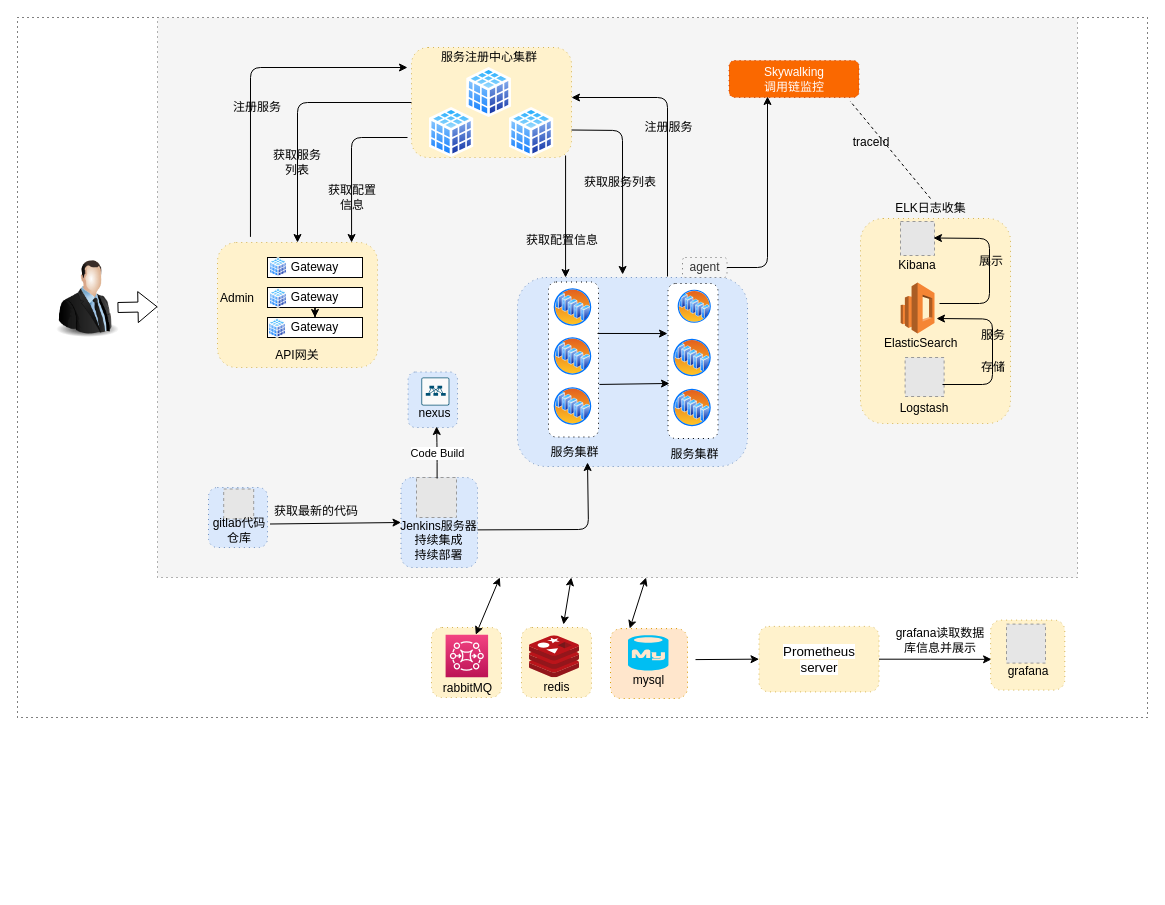
The draw.io diagram Untitled Diagram.drawio in sdf12355/cas, before the edit. Source tidied: cells renumbered, new cells numbered last; positions are measured from the earlier drawing's top-left corner, leaving out a move shared by most shapes. Both pictures are drawn from the tidied source at 100%, with x=0, y=0 at pixel (17, 17). Pictures stored in the file or linked from it are replaced by grey dashed boxes.
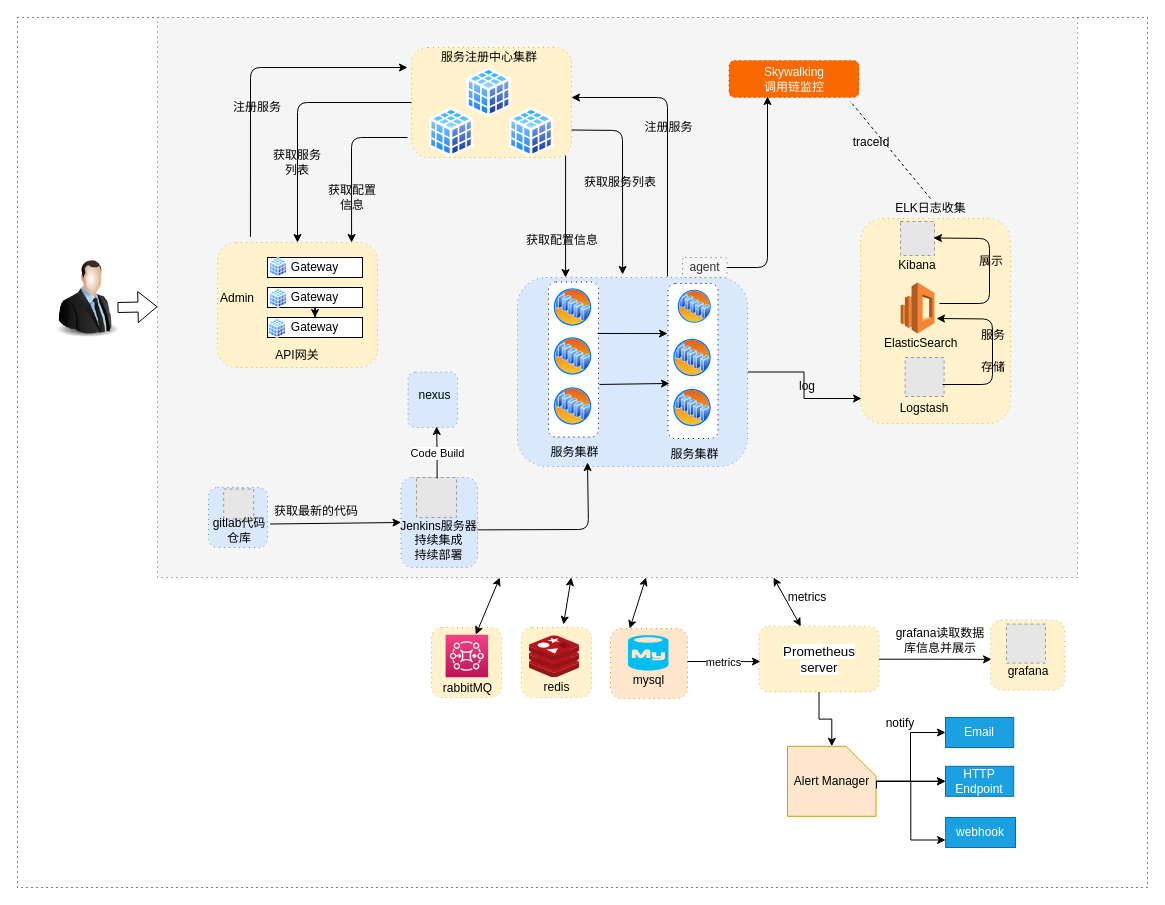
After the change.

Unchanged cells that the change refers to:
```xml
<mxCell id="3" style="shape=ext;rounded=1;html=1;whiteSpace=wrap;dashed=1;dashPattern=1 4;arcSize=0;fillColor=#f5f5f5;strokeColor=#666666;fontColor=#333333;" parent="1" vertex="1">
  <mxGeometry x="140" width="920" height="560" as="geometry" />
</mxCell>
<mxCell id="24" style="shape=ext;rounded=1;html=1;whiteSpace=wrap;dashed=1;dashPattern=1 4;fillColor=#fff2cc;strokeColor=#d6b656;" parent="1" vertex="1">
  <mxGeometry x="843" y="201" width="150" height="205" as="geometry" />
</mxCell>
<mxCell id="39" style="shape=ext;rounded=1;html=1;whiteSpace=wrap;dashed=1;dashPattern=1 4;fillColor=#dae8fc;strokeColor=#6c8ebf;" parent="1" vertex="1">
  <mxGeometry x="500" y="260" width="230" height="189" as="geometry" />
</mxCell>
<mxCell id="77" value="&lt;span style=&quot;font-family: &amp;#34;arial&amp;#34; ; font-size: 13.3333px ; text-align: left ; background-color: rgb(255 , 255 , 255)&quot;&gt;Prometheus&lt;br&gt;server&lt;br&gt;&lt;/span&gt;" style="shape=ext;rounded=1;html=1;whiteSpace=wrap;dashed=1;dashPattern=1 4;fillColor=#fff2cc;strokeColor=#d6b656;" parent="1" vertex="1">
  <mxGeometry x="741.5" y="608.9" width="120" height="65.5" as="geometry" />
</mxCell>
```

The edit, as a diff of the source:
```diff
@@
     <mxCell id="2" style="whiteSpace=wrap;html=1;rounded=1;dashed=1;dashPattern=1 4;arcSize=0;" parent="1" vertex="1">
-      <mxGeometry width="1130" height="700" as="geometry" />
+      <mxGeometry width="1130" height="870" as="geometry" />
     </mxCell>
@@
+    <mxCell id="97" style="edgeStyle=orthogonalEdgeStyle;rounded=0;jettySize=auto;html=1;entryX=0.007;entryY=0.878;entryDx=0;entryDy=0;entryPerimeter=0;" parent="1" edge="1" source="39" target="24">
+      <mxGeometry relative="1" as="geometry" />
+    </mxCell>
@@
-    <mxCell id="72" style="verticalLabelPosition=bottom;html=1;verticalAlign=top;align=center;shape=mxgraph.cisco19.rect;prIcon=nexus_9300;fillColor=#FAFAFA;strokeColor=#005073;" parent="1" vertex="1">
-      <mxGeometry x="403.9" y="360" width="28" height="28" as="geometry" />
-    </mxCell>
     <mxCell id="73" value="nexus" style="text;html=1;strokeColor=none;fillColor=none;align=center;verticalAlign=middle;whiteSpace=wrap;rounded=0;" parent="1" vertex="1">
-      <mxGeometry x="386" y="386" width="63" height="20" as="geometry" />
+      <mxGeometry x="386" y="368" width="63" height="20" as="geometry" />
     </mxCell>
@@
+    <mxCell id="98" style="edgeStyle=orthogonalEdgeStyle;rounded=0;jumpSize=0;jettySize=auto;html=1;" parent="1" edge="1" source="77" target="110">
+      <mxGeometry relative="1" as="geometry" />
+    </mxCell>
@@
-    <mxCell id="82" style="endArrow=classic;html=1;entryX=0;entryY=0.5;entryDx=0;entryDy=0;" parent="1" edge="1" target="77">
-      <mxGeometry relative="1" as="geometry">
-        <mxPoint x="678" y="642.1" as="sourcePoint" />
-      </mxGeometry>
-    </mxCell>
@@
+    <mxCell id="99" value="log" style="text;html=1;strokeColor=none;fillColor=none;align=center;verticalAlign=middle;whiteSpace=wrap;rounded=0;" parent="1" vertex="1">
+      <mxGeometry x="770" y="359" width="40" height="20" as="geometry" />
+    </mxCell>
+    <mxCell id="100" style="endArrow=classic;html=1;" parent="1" edge="1">
+      <mxGeometry relative="1" as="geometry">
+        <mxPoint x="670" y="644" as="sourcePoint" />
+        <mxPoint x="742.9" y="644.1" as="targetPoint" />
+      </mxGeometry>
+    </mxCell>
+    <mxCell id="101" value="metrics" style="edgeLabel;html=1;align=center;verticalAlign=middle;" parent="100" vertex="1">
+      <mxGeometry relative="1" as="geometry" />
+    </mxCell>
+    <mxCell id="102" style="endArrow=classic;startArrow=classic;html=1;" parent="1" edge="1" source="77" target="3">
+      <mxGeometry relative="1" as="geometry" />
+    </mxCell>
+    <mxCell id="103" value="metrics" style="text;html=1;strokeColor=none;fillColor=none;align=center;verticalAlign=middle;whiteSpace=wrap;rounded=0;" parent="1" vertex="1">
+      <mxGeometry x="770" y="570" width="40" height="20" as="geometry" />
+    </mxCell>
+    <mxCell id="104" value="Email" style="rounded=0;whiteSpace=wrap;html=1;fillColor=#1ba1e2;strokeColor=#006EAF;fontColor=#ffffff;" parent="1" vertex="1">
+      <mxGeometry x="928" y="700" width="68.2" height="30" as="geometry" />
+    </mxCell>
+    <mxCell id="105" value="webhook" style="rounded=0;whiteSpace=wrap;html=1;fillColor=#1ba1e2;strokeColor=#006EAF;fontColor=#ffffff;" parent="1" vertex="1">
+      <mxGeometry x="928.1" y="800" width="69.9" height="30" as="geometry" />
+    </mxCell>
+    <mxCell id="106" value="HTTP Endpoint" style="rounded=0;whiteSpace=wrap;html=1;fillColor=#1ba1e2;strokeColor=#006EAF;fontColor=#ffffff;" parent="1" vertex="1">
+      <mxGeometry x="928" y="748.8" width="68.2" height="30" as="geometry" />
+    </mxCell>
+    <mxCell id="107" value="notify" style="text;html=1;strokeColor=none;fillColor=none;align=center;verticalAlign=middle;whiteSpace=wrap;rounded=0;" parent="1" vertex="1">
+      <mxGeometry x="862.5" y="700" width="40" height="12.4" as="geometry" />
+    </mxCell>
+    <mxCell id="108" style="edgeStyle=orthogonalEdgeStyle;rounded=0;jumpSize=0;jettySize=auto;html=1;" parent="1" edge="1" source="110" target="106">
+      <mxGeometry relative="1" as="geometry" />
+    </mxCell>
+    <mxCell id="109" style="edgeStyle=orthogonalEdgeStyle;rounded=0;jumpSize=0;jettySize=auto;html=1;" parent="1" edge="1" source="110" target="106">
+      <mxGeometry relative="1" as="geometry" />
+    </mxCell>
+    <mxCell id="110" value="Alert Manager" style="shape=card;whiteSpace=wrap;html=1;direction=south;fillColor=#ffe6cc;strokeColor=#d79b00;" parent="1" vertex="1">
+      <mxGeometry x="770" y="728.8" width="88.5" height="70" as="geometry" />
+    </mxCell>
+    <mxCell id="111" style="edgeStyle=orthogonalEdgeStyle;rounded=0;jumpSize=0;jettySize=auto;html=1;entryX=0;entryY=0.75;entryDx=0;entryDy=0;exitX=0.5;exitY=0;exitDx=0;exitDy=0;exitPerimeter=0;" parent="1" edge="1" source="110" target="105">
+      <mxGeometry relative="1" as="geometry" />
+    </mxCell>
+    <mxCell id="112" style="edgeStyle=orthogonalEdgeStyle;rounded=0;jumpSize=0;jettySize=auto;html=1;entryX=0;entryY=0.5;entryDx=0;entryDy=0;exitX=0.603;exitY=-0.006;exitDx=0;exitDy=0;exitPerimeter=0;" parent="1" edge="1" source="110" target="104">
+      <mxGeometry relative="1" as="geometry">
+        <Array as="points">
+          <mxPoint x="859" y="764" />
+          <mxPoint x="893" y="764" />
+          <mxPoint x="893" y="715" />
+        </Array>
+      </mxGeometry>
+    </mxCell>
```
